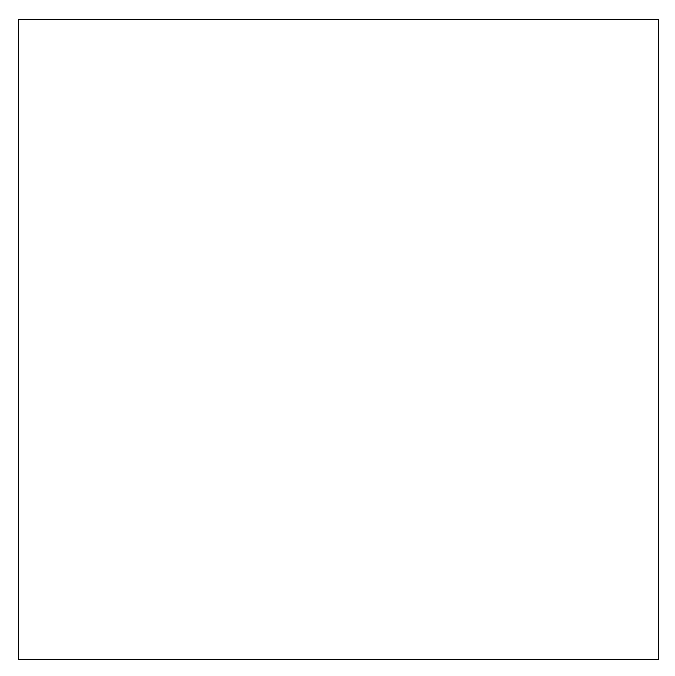
Earlier version of the draw.io diagram Untitled Diagram.drawio (pedenys/drawio). Source tidied: cells renumbered, new cells numbered last; positions are measured from the earlier drawing's top-left corner, leaving out a move shared by most shapes. Both pictures are drawn from the tidied source at 100%, with x=0, y=0 at pixel (18, 19).
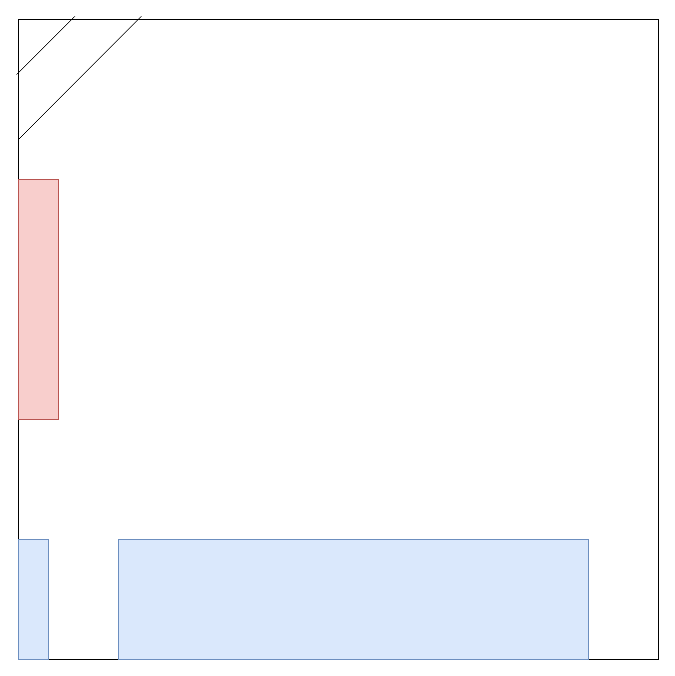
The same page after the edit.

Diff of the diagram source:
```diff
@@
 <mxGraphModel>
   <root>
     <mxCell id="0" />
     <mxCell id="1" parent="0" />
     <mxCell id="2" style="whiteSpace=wrap;html=1;" parent="1" vertex="1">
       <mxGeometry width="640" height="640" as="geometry" />
     </mxCell>
+    <mxCell id="3" style="rounded=0;whiteSpace=wrap;html=1;fillColor=#dae8fc;strokeColor=#6c8ebf;" parent="1" vertex="1">
+      <mxGeometry y="520" width="30" height="120" as="geometry" />
+    </mxCell>
+    <mxCell id="4" style="rounded=0;whiteSpace=wrap;html=1;fillColor=#dae8fc;strokeColor=#6c8ebf;" parent="1" vertex="1">
+      <mxGeometry x="100" y="520" width="470" height="120" as="geometry" />
+    </mxCell>
+    <mxCell id="5" style="rounded=0;whiteSpace=wrap;html=1;fillColor=#f8cecc;strokeColor=#b85450;" parent="1" vertex="1">
+      <mxGeometry y="160" width="40" height="240" as="geometry" />
+    </mxCell>
+    <mxCell id="6" style="endArrow=none;html=1;rounded=0;entryX=0.192;entryY=-0.005;entryDx=0;entryDy=0;entryPerimeter=0;" parent="1" edge="1" target="2">
+      <mxGeometry relative="1" as="geometry">
+        <mxPoint y="120" as="sourcePoint" />
+      </mxGeometry>
+    </mxCell>
+    <mxCell id="7" style="endArrow=none;html=1;rounded=0;entryX=0.088;entryY=-0.005;entryDx=0;entryDy=0;entryPerimeter=0;exitX=-0.003;exitY=0.086;exitDx=0;exitDy=0;exitPerimeter=0;" parent="1" edge="1" source="2" target="2">
+      <mxGeometry relative="1" as="geometry" />
+    </mxCell>
   </root>
 </mxGraphModel>
```
